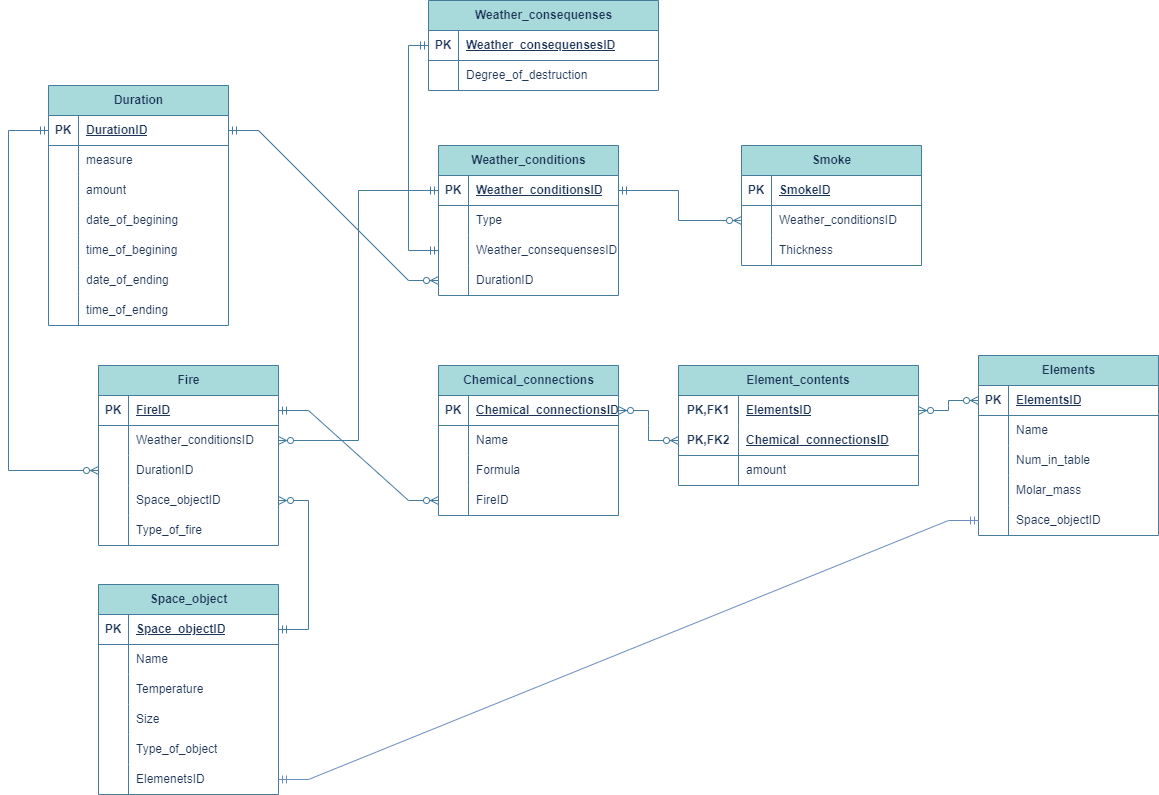
Before: Lab1/Untitled Diagram.drawio.png, a diagram exported from draw.io (UVA-dot/BDLab1). Source tidied: cells renumbered, new cells last; positions are measured from the earlier drawing's top-left corner, leaving out a move shared by most shapes.
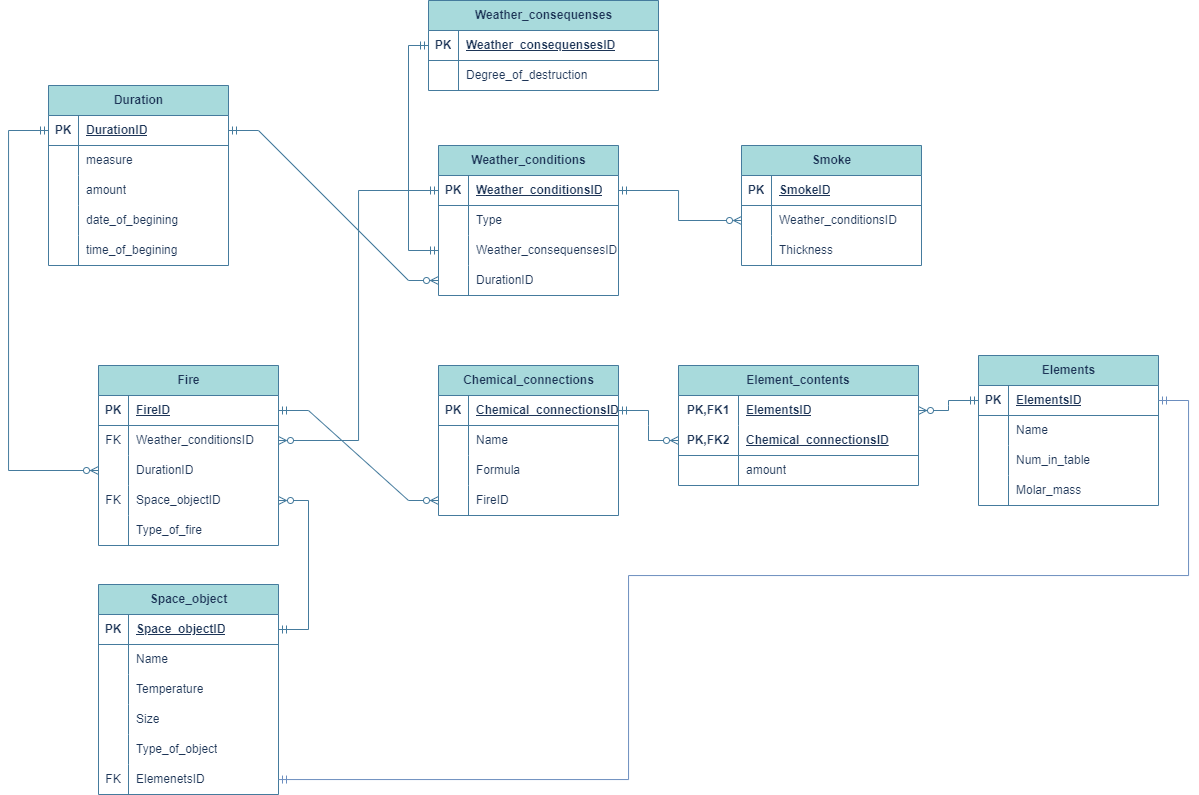
The same file after the commit.

Commit message:
INFO_schema

Change to the diagram source:
```diff
@@ -92,7 +92,7 @@
     <mxCell id="31" style="shape=tableRow;horizontal=0;startSize=0;swimlaneHead=0;swimlaneBody=0;fillColor=none;points=[[0,0.5],[1,0.5]];portConstraint=eastwest;top=0;left=0;right=0;bottom=0;labelBackgroundColor=none;strokeColor=#457B9D;fontColor=#1D3557;" parent="15" vertex="1">
       <mxGeometry y="180" width="180" height="30" as="geometry" />
     </mxCell>
-    <mxCell id="32" style="shape=partialRectangle;fillColor=none;top=0;left=0;bottom=0;right=0;overflow=hidden;whiteSpace=wrap;html=1;labelBackgroundColor=none;strokeColor=#457B9D;fontColor=#1D3557;" parent="31" vertex="1">
+    <mxCell id="32" value="FK" style="shape=partialRectangle;fillColor=none;top=0;left=0;bottom=0;right=0;overflow=hidden;whiteSpace=wrap;html=1;labelBackgroundColor=none;strokeColor=#457B9D;fontColor=#1D3557;" parent="31" vertex="1">
       <mxGeometry width="30" height="30" as="geometry" />
     </mxCell>
     <mxCell id="33" value="ElemenetsID" style="shape=partialRectangle;fillColor=none;top=0;left=0;bottom=0;right=0;align=left;spacingLeft=6;overflow=hidden;whiteSpace=wrap;html=1;labelBackgroundColor=none;strokeColor=#457B9D;fontColor=#1D3557;" parent="31" vertex="1">
@@ -116,7 +116,7 @@
     <mxCell id="39" style="shape=tableRow;horizontal=0;startSize=0;swimlaneHead=0;swimlaneBody=0;fillColor=none;points=[[0,0.5],[1,0.5]];portConstraint=eastwest;top=0;left=0;right=0;bottom=0;labelBackgroundColor=none;strokeColor=#457B9D;fontColor=#1D3557;" parent="35" vertex="1">
       <mxGeometry y="60" width="180" height="30" as="geometry" />
     </mxCell>
-    <mxCell id="40" style="shape=partialRectangle;fillColor=none;top=0;left=0;bottom=0;right=0;overflow=hidden;whiteSpace=wrap;html=1;labelBackgroundColor=none;strokeColor=#457B9D;fontColor=#1D3557;" parent="39" vertex="1">
+    <mxCell id="40" value="FK" style="shape=partialRectangle;fillColor=none;top=0;left=0;bottom=0;right=0;overflow=hidden;whiteSpace=wrap;html=1;labelBackgroundColor=none;strokeColor=#457B9D;fontColor=#1D3557;" parent="39" vertex="1">
       <mxGeometry width="30" height="30" as="geometry" />
     </mxCell>
     <mxCell id="41" value="Weather_conditionsID" style="shape=partialRectangle;fillColor=none;top=0;left=0;bottom=0;right=0;align=left;spacingLeft=6;overflow=hidden;whiteSpace=wrap;html=1;labelBackgroundColor=none;strokeColor=#457B9D;fontColor=#1D3557;" parent="39" vertex="1">
@@ -134,7 +134,7 @@
     <mxCell id="45" style="shape=tableRow;horizontal=0;startSize=0;swimlaneHead=0;swimlaneBody=0;fillColor=none;points=[[0,0.5],[1,0.5]];portConstraint=eastwest;top=0;left=0;right=0;bottom=0;labelBackgroundColor=none;strokeColor=#457B9D;fontColor=#1D3557;" parent="35" vertex="1">
       <mxGeometry y="120" width="180" height="30" as="geometry" />
     </mxCell>
-    <mxCell id="46" style="shape=partialRectangle;fillColor=none;top=0;left=0;bottom=0;right=0;overflow=hidden;whiteSpace=wrap;html=1;labelBackgroundColor=none;strokeColor=#457B9D;fontColor=#1D3557;" parent="45" vertex="1">
+    <mxCell id="46" value="FK" style="shape=partialRectangle;fillColor=none;top=0;left=0;bottom=0;right=0;overflow=hidden;whiteSpace=wrap;html=1;labelBackgroundColor=none;strokeColor=#457B9D;fontColor=#1D3557;" parent="45" vertex="1">
       <mxGeometry width="30" height="30" as="geometry" />
     </mxCell>
     <mxCell id="47" value="Space_objectID" style="shape=partialRectangle;fillColor=none;top=0;left=0;bottom=0;right=0;align=left;spacingLeft=6;overflow=hidden;whiteSpace=wrap;html=1;labelBackgroundColor=none;strokeColor=#457B9D;fontColor=#1D3557;" parent="45" vertex="1">
@@ -270,11 +270,11 @@
     <mxCell id="86" value="amount" style="shape=partialRectangle;fillColor=none;top=0;left=0;bottom=0;right=0;align=left;spacingLeft=6;overflow=hidden;html=1;whiteSpace=wrap;labelBackgroundColor=none;strokeColor=#457B9D;fontColor=#1D3557;" parent="84" vertex="1">
       <mxGeometry x="60" width="180" height="30" as="geometry" />
     </mxCell>
-    <mxCell id="87" style="edgeStyle=entityRelationEdgeStyle;fontSize=12;html=1;endArrow=ERzeroToMany;endFill=1;startArrow=ERzeroToMany;rounded=0;exitX=1;exitY=0.5;exitDx=0;exitDy=0;entryX=0;entryY=0.5;entryDx=0;entryDy=0;labelBackgroundColor=none;strokeColor=#457B9D;fontColor=default;" parent="1" edge="1" source="52" target="81">
+    <mxCell id="87" style="edgeStyle=entityRelationEdgeStyle;fontSize=12;html=1;endArrow=ERzeroToMany;endFill=1;startArrow=ERmandOne;rounded=0;exitX=1;exitY=0.5;exitDx=0;exitDy=0;entryX=0;entryY=0.5;entryDx=0;entryDy=0;labelBackgroundColor=none;strokeColor=#457B9D;fontColor=default;startFill=0;" parent="1" edge="1" source="52" target="81">
       <mxGeometry relative="1" as="geometry" />
     </mxCell>
     <mxCell id="88" value="Elements" style="shape=table;startSize=30;rowLines=0;fontStyle=1;align=center;html=1;labelBackgroundColor=none;fillColor=#A8DADC;strokeColor=#457B9D;fontColor=#1D3557;" parent="1" vertex="1">
-      <mxGeometry x="970" y="355" width="180" height="180" as="geometry" />
+      <mxGeometry x="970" y="355" width="180" height="150" as="geometry" />
     </mxCell>
     <mxCell id="89" style="shape=tableRow;horizontal=0;startSize=0;swimlaneHead=0;swimlaneBody=0;fillColor=none;points=[[0,0.5],[1,0.5]];portConstraint=eastwest;top=0;left=0;right=0;bottom=1;labelBackgroundColor=none;strokeColor=#457B9D;fontColor=#1D3557;" parent="88" vertex="1">
       <mxGeometry y="30" width="180" height="30" as="geometry" />
@@ -312,16 +312,7 @@
     <mxCell id="100" value="Molar_mass" style="shape=partialRectangle;fillColor=none;top=0;left=0;bottom=0;right=0;align=left;spacingLeft=6;overflow=hidden;whiteSpace=wrap;html=1;labelBackgroundColor=none;strokeColor=#457B9D;fontColor=#1D3557;" parent="98" vertex="1">
       <mxGeometry x="30" width="150" height="30" as="geometry" />
     </mxCell>
-    <mxCell id="101" style="shape=tableRow;horizontal=0;startSize=0;swimlaneHead=0;swimlaneBody=0;fillColor=none;points=[[0,0.5],[1,0.5]];portConstraint=eastwest;top=0;left=0;right=0;bottom=0;labelBackgroundColor=none;strokeColor=#457B9D;fontColor=#1D3557;" parent="88" vertex="1">
-      <mxGeometry y="150" width="180" height="30" as="geometry" />
-    </mxCell>
-    <mxCell id="102" style="shape=partialRectangle;fillColor=none;top=0;left=0;bottom=0;right=0;overflow=hidden;whiteSpace=wrap;html=1;labelBackgroundColor=none;strokeColor=#457B9D;fontColor=#1D3557;" parent="101" vertex="1">
-      <mxGeometry width="30" height="30" as="geometry" />
-    </mxCell>
-    <mxCell id="103" value="Space_objectID" style="shape=partialRectangle;fillColor=none;top=0;left=0;bottom=0;right=0;align=left;spacingLeft=6;overflow=hidden;whiteSpace=wrap;html=1;labelBackgroundColor=none;strokeColor=#457B9D;fontColor=#1D3557;" parent="101" vertex="1">
-      <mxGeometry x="30" width="150" height="30" as="geometry" />
-    </mxCell>
-    <mxCell id="104" style="edgeStyle=entityRelationEdgeStyle;fontSize=12;html=1;endArrow=ERzeroToMany;endFill=1;startArrow=ERzeroToMany;rounded=0;entryX=0;entryY=0.5;entryDx=0;entryDy=0;labelBackgroundColor=none;strokeColor=#457B9D;fontColor=default;" parent="1" edge="1" source="78" target="89">
+    <mxCell id="104" style="edgeStyle=entityRelationEdgeStyle;fontSize=12;html=1;endArrow=ERmandOne;endFill=0;startArrow=ERzeroToMany;rounded=0;entryX=0;entryY=0.5;entryDx=0;entryDy=0;labelBackgroundColor=none;strokeColor=#457B9D;fontColor=default;" parent="1" edge="1" source="78" target="89">
       <mxGeometry relative="1" as="geometry" />
     </mxCell>
     <mxCell id="105" value="Weather_consequenses" style="shape=table;startSize=30;rowLines=0;fontStyle=1;align=center;html=1;labelBackgroundColor=none;fillColor=#A8DADC;strokeColor=#457B9D;fontColor=#1D3557;" parent="1" vertex="1">
@@ -354,7 +345,7 @@
       </mxGeometry>
     </mxCell>
     <mxCell id="113" value="Duration" style="shape=table;startSize=30;rowLines=0;fontStyle=1;align=center;html=1;labelBackgroundColor=none;fillColor=#A8DADC;strokeColor=#457B9D;fontColor=#1D3557;" parent="1" vertex="1">
-      <mxGeometry x="40" y="85" width="180" height="240" as="geometry" />
+      <mxGeometry x="40" y="85" width="180" height="180" as="geometry" />
     </mxCell>
     <mxCell id="114" style="shape=tableRow;horizontal=0;startSize=0;swimlaneHead=0;swimlaneBody=0;fillColor=none;points=[[0,0.5],[1,0.5]];portConstraint=eastwest;top=0;left=0;right=0;bottom=1;labelBackgroundColor=none;strokeColor=#457B9D;fontColor=#1D3557;" parent="113" vertex="1">
       <mxGeometry y="30" width="180" height="30" as="geometry" />
@@ -401,24 +392,6 @@
     <mxCell id="128" value="time_of_begining" style="shape=partialRectangle;fillColor=none;top=0;left=0;bottom=0;right=0;align=left;spacingLeft=6;overflow=hidden;whiteSpace=wrap;html=1;labelBackgroundColor=none;strokeColor=#457B9D;fontColor=#1D3557;" parent="126" vertex="1">
       <mxGeometry x="30" width="150" height="30" as="geometry" />
     </mxCell>
-    <mxCell id="129" style="shape=tableRow;horizontal=0;startSize=0;swimlaneHead=0;swimlaneBody=0;fillColor=none;top=0;left=0;right=0;bottom=0;labelBackgroundColor=none;strokeColor=#457B9D;fontColor=#1D3557;" parent="113" vertex="1">
-      <mxGeometry y="180" width="180" height="30" as="geometry" />
-    </mxCell>
-    <mxCell id="130" style="shape=partialRectangle;fillColor=none;top=0;left=0;bottom=0;right=0;overflow=hidden;whiteSpace=wrap;html=1;labelBackgroundColor=none;strokeColor=#457B9D;fontColor=#1D3557;" parent="129" vertex="1">
-      <mxGeometry width="30" height="30" as="geometry" />
-    </mxCell>
-    <mxCell id="131" value="date_of_ending" style="shape=partialRectangle;fillColor=none;top=0;left=0;bottom=0;right=0;align=left;spacingLeft=6;overflow=hidden;whiteSpace=wrap;html=1;labelBackgroundColor=none;strokeColor=#457B9D;fontColor=#1D3557;" parent="129" vertex="1">
-      <mxGeometry x="30" width="150" height="30" as="geometry" />
-    </mxCell>
-    <mxCell id="132" style="shape=tableRow;horizontal=0;startSize=0;swimlaneHead=0;swimlaneBody=0;fillColor=none;top=0;left=0;right=0;bottom=0;labelBackgroundColor=none;strokeColor=#457B9D;fontColor=#1D3557;" parent="113" vertex="1">
-      <mxGeometry y="210" width="180" height="30" as="geometry" />
-    </mxCell>
-    <mxCell id="133" style="shape=partialRectangle;fillColor=none;top=0;left=0;bottom=0;right=0;overflow=hidden;whiteSpace=wrap;html=1;labelBackgroundColor=none;strokeColor=#457B9D;fontColor=#1D3557;" parent="132" vertex="1">
-      <mxGeometry width="30" height="30" as="geometry" />
-    </mxCell>
-    <mxCell id="134" value="time_of_ending" style="shape=partialRectangle;fillColor=none;top=0;left=0;bottom=0;right=0;align=left;spacingLeft=6;overflow=hidden;whiteSpace=wrap;html=1;labelBackgroundColor=none;strokeColor=#457B9D;fontColor=#1D3557;" parent="132" vertex="1">
-      <mxGeometry x="30" width="150" height="30" as="geometry" />
-    </mxCell>
     <mxCell id="135" style="edgeStyle=orthogonalEdgeStyle;fontSize=12;html=1;endArrow=ERzeroToMany;startArrow=ERmandOne;rounded=0;labelBackgroundColor=none;strokeColor=#457B9D;fontColor=default;exitX=0;exitY=0.5;exitDx=0;exitDy=0;" parent="1" edge="1" source="114" target="42">
       <mxGeometry relative="1" as="geometry">
         <Array as="points">
@@ -430,8 +403,15 @@
     <mxCell id="136" style="edgeStyle=entityRelationEdgeStyle;fontSize=12;html=1;endArrow=ERzeroToMany;startArrow=ERmandOne;rounded=0;exitX=1;exitY=0.5;exitDx=0;exitDy=0;entryX=0;entryY=0.5;entryDx=0;entryDy=0;labelBackgroundColor=none;strokeColor=#457B9D;fontColor=default;" parent="1" edge="1" source="114" target="12">
       <mxGeometry relative="1" as="geometry" />
     </mxCell>
-    <mxCell id="137" style="edgeStyle=entityRelationEdgeStyle;fontSize=12;html=1;endArrow=ERmandOne;startArrow=ERmandOne;rounded=0;fillColor=#dae8fc;strokeColor=#6c8ebf;" parent="1" edge="1" source="31" target="101">
-      <mxGeometry relative="1" as="geometry" />
+    <mxCell id="137" style="edgeStyle=orthogonalEdgeStyle;fontSize=12;html=1;endArrow=ERmandOne;startArrow=ERmandOne;rounded=0;fillColor=#dae8fc;strokeColor=#6c8ebf;entryX=1;entryY=0.5;entryDx=0;entryDy=0;" parent="1" edge="1" source="31" target="89">
+      <mxGeometry relative="1" as="geometry">
+        <Array as="points">
+          <mxPoint x="620" y="779" />
+          <mxPoint x="620" y="575" />
+          <mxPoint x="1180" y="575" />
+          <mxPoint x="1180" y="400" />
+        </Array>
+      </mxGeometry>
     </mxCell>
   </root>
 </mxGraphModel>
```
